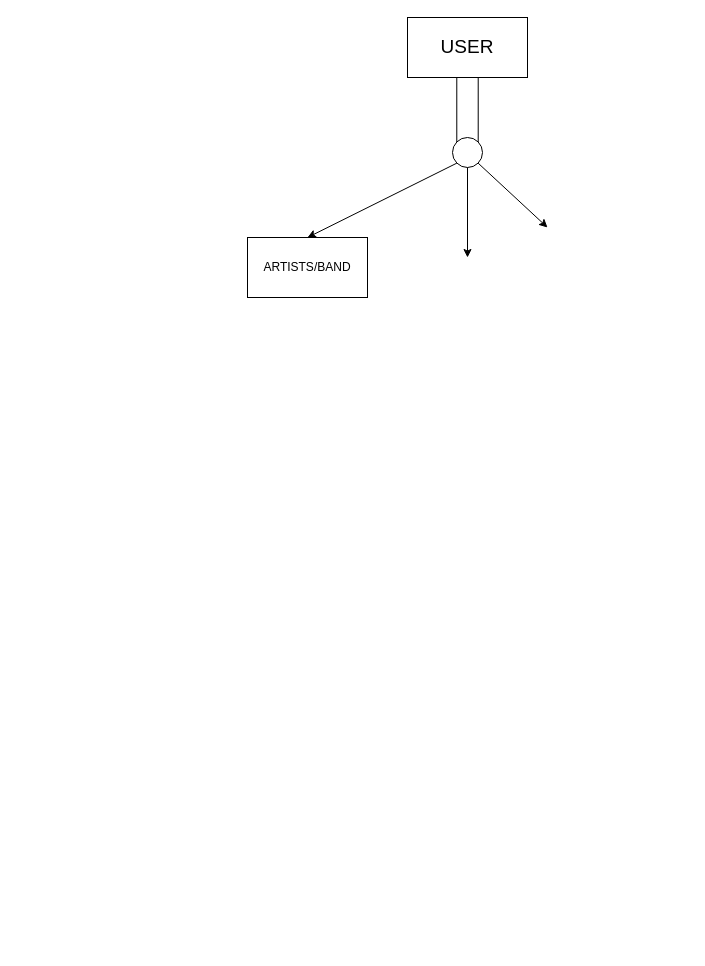
Earlier version of the draw.io diagram Untitled Diagram.drawio (Arianshh/Music_Database). Source tidied: cells renumbered, new cells numbered last; positions are measured from the earlier drawing's top-left corner, leaving out a move shared by most shapes. Both pictures are drawn from the tidied source at 100%, with x=0, y=0 at pixel (247, 17).
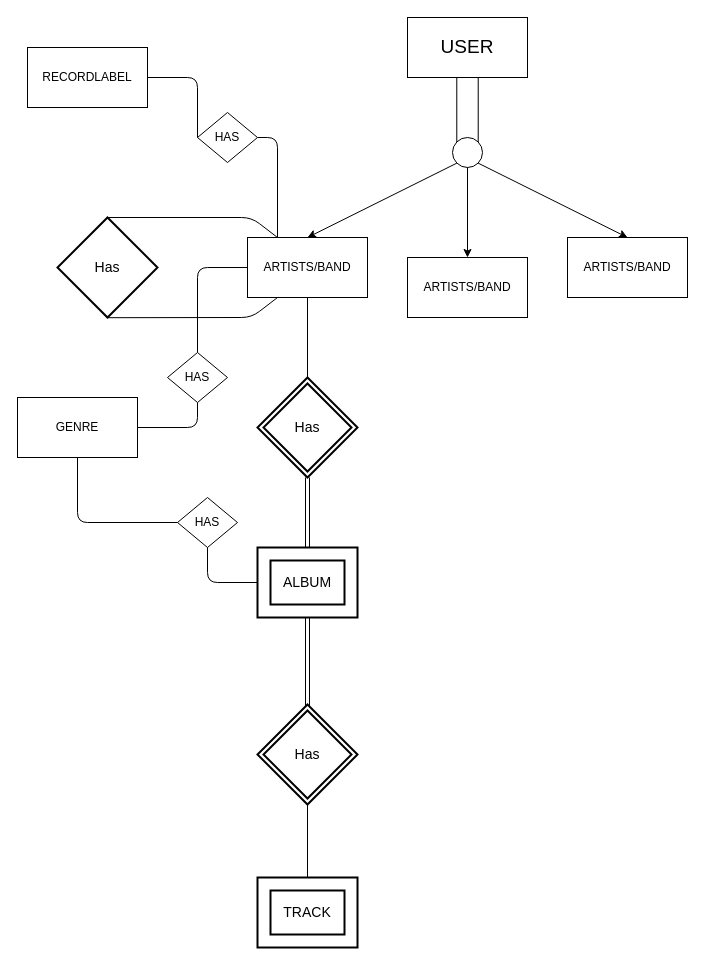
The same diagram, later.

The change refers to these unchanged cells:
```xml
<mxCell id="4" style="ellipse;whiteSpace=wrap;html=1;" parent="1" vertex="1">
  <mxGeometry x="205" y="120" width="30" height="30" as="geometry" />
</mxCell>
<mxCell id="8" value="ARTISTS/BAND" style="rounded=0;whiteSpace=wrap;html=1;" parent="1" vertex="1">
  <mxGeometry y="220" width="120" height="60" as="geometry" />
</mxCell>
```

The edit, as a diff of the source:
```diff
@@
-    <mxCell id="5" style="endArrow=classic;html=1;exitX=1;exitY=1;exitDx=0;exitDy=0;" parent="1" edge="1" source="4">
-      <mxGeometry relative="1" as="geometry">
-        <mxPoint x="300" y="210" as="targetPoint" />
-      </mxGeometry>
+    <mxCell id="5" style="endArrow=classic;html=1;exitX=1;exitY=1;exitDx=0;exitDy=0;entryX=0.5;entryY=0;entryDx=0;entryDy=0;" parent="1" edge="1" source="4" target="10">
+      <mxGeometry relative="1" as="geometry" />
     </mxCell>
@@
+    <mxCell id="9" value="ARTISTS/BAND" style="rounded=0;whiteSpace=wrap;html=1;" parent="1" vertex="1">
+      <mxGeometry x="160" y="240" width="120" height="60" as="geometry" />
+    </mxCell>
+    <mxCell id="10" value="ARTISTS/BAND" style="rounded=0;whiteSpace=wrap;html=1;" parent="1" vertex="1">
+      <mxGeometry x="320" y="220" width="120" height="60" as="geometry" />
+    </mxCell>
+    <mxCell id="11" value="Has" style="shape=rhombus;strokeWidth=2;fontSize=17;perimeter=rhombusPerimeter;whiteSpace=wrap;html=1;align=center;fontSize=14;" parent="1" vertex="1">
+      <mxGeometry x="-190" y="200" width="100" height="100" as="geometry" />
+    </mxCell>
+    <mxCell id="12" style="endArrow=none;html=1;exitX=0.5;exitY=0;exitDx=0;exitDy=0;entryX=0.25;entryY=0;entryDx=0;entryDy=0;" parent="1" edge="1" source="11" target="8">
+      <mxGeometry relative="1" as="geometry">
+        <Array as="points">
+          <mxPoint x="4" y="200" />
+        </Array>
+      </mxGeometry>
+    </mxCell>
+    <mxCell id="13" style="endArrow=none;html=1;exitX=0.5;exitY=0;exitDx=0;exitDy=0;entryX=0.25;entryY=1;entryDx=0;entryDy=0;" parent="1" edge="1" target="8">
+      <mxGeometry relative="1" as="geometry">
+        <mxPoint x="-139.8" y="300.2" as="sourcePoint" />
+        <Array as="points">
+          <mxPoint x="4" y="300" />
+        </Array>
+      </mxGeometry>
+    </mxCell>
+    <mxCell id="14" style="endArrow=none;html=1;entryX=0.5;entryY=1;entryDx=0;entryDy=0;" parent="1" edge="1" target="8">
+      <mxGeometry relative="1" as="geometry">
+        <mxPoint x="60" y="360" as="sourcePoint" />
+      </mxGeometry>
+    </mxCell>
+    <mxCell id="15" value="Has" style="shape=rhombus;double=1;strokeWidth=2;fontSize=17;perimeter=rhombusPerimeter;whiteSpace=wrap;html=1;align=center;fontSize=14;" parent="1" vertex="1">
+      <mxGeometry x="10" y="360" width="100" height="100" as="geometry" />
+    </mxCell>
+    <mxCell id="16" style="shape=link;html=1;entryX=0.5;entryY=1;entryDx=0;entryDy=0;" parent="1" edge="1" target="15">
+      <mxGeometry relative="1" as="geometry">
+        <mxPoint x="60" y="530" as="sourcePoint" />
+      </mxGeometry>
+    </mxCell>
+    <mxCell id="17" value="ALBUM" style="shape=ext;strokeWidth=2;margin=10;double=1;whiteSpace=wrap;html=1;align=center;fontSize=14;" parent="1" vertex="1">
+      <mxGeometry x="10" y="530" width="100" height="70" as="geometry" />
+    </mxCell>
+    <mxCell id="18" style="shape=link;html=1;entryX=0.5;entryY=1;entryDx=0;entryDy=0;" parent="1" edge="1" target="17">
+      <mxGeometry relative="1" as="geometry">
+        <mxPoint x="60" y="690" as="sourcePoint" />
+      </mxGeometry>
+    </mxCell>
+    <mxCell id="19" value="Has" style="shape=rhombus;double=1;strokeWidth=2;fontSize=17;perimeter=rhombusPerimeter;whiteSpace=wrap;html=1;align=center;fontSize=14;" parent="1" vertex="1">
+      <mxGeometry x="10" y="687" width="100" height="100" as="geometry" />
+    </mxCell>
+    <mxCell id="20" value="TRACK" style="shape=ext;strokeWidth=2;margin=10;double=1;whiteSpace=wrap;html=1;align=center;fontSize=14;" parent="1" vertex="1">
+      <mxGeometry x="10" y="860" width="100" height="70" as="geometry" />
+    </mxCell>
+    <mxCell id="21" style="endArrow=none;html=1;entryX=0.5;entryY=1;entryDx=0;entryDy=0;" parent="1" edge="1" source="20" target="19">
+      <mxGeometry relative="1" as="geometry" />
+    </mxCell>
+    <mxCell id="22" value="GENRE" style="rounded=0;whiteSpace=wrap;html=1;" parent="1" vertex="1">
+      <mxGeometry x="-230" y="380" width="120" height="60" as="geometry" />
+    </mxCell>
+    <mxCell id="23" value="HAS" style="rhombus;whiteSpace=wrap;html=1;" parent="1" vertex="1">
+      <mxGeometry x="-80" y="335" width="60" height="50" as="geometry" />
+    </mxCell>
+    <mxCell id="24" style="endArrow=none;html=1;entryX=0;entryY=0.5;entryDx=0;entryDy=0;exitX=0.5;exitY=0;exitDx=0;exitDy=0;" parent="1" edge="1" source="23" target="8">
+      <mxGeometry relative="1" as="geometry">
+        <Array as="points">
+          <mxPoint x="-50" y="250" />
+        </Array>
+      </mxGeometry>
+    </mxCell>
+    <mxCell id="25" style="endArrow=none;html=1;entryX=0.5;entryY=1;entryDx=0;entryDy=0;exitX=1;exitY=0.5;exitDx=0;exitDy=0;" parent="1" edge="1" source="22" target="23">
+      <mxGeometry relative="1" as="geometry">
+        <Array as="points">
+          <mxPoint x="-50" y="410" />
+        </Array>
+      </mxGeometry>
+    </mxCell>
+    <mxCell id="26" value="HAS" style="rhombus;whiteSpace=wrap;html=1;" parent="1" vertex="1">
+      <mxGeometry x="-70" y="480" width="60" height="50" as="geometry" />
+    </mxCell>
+    <mxCell id="27" style="endArrow=none;html=1;entryX=0.5;entryY=1;entryDx=0;entryDy=0;exitX=0;exitY=0.5;exitDx=0;exitDy=0;" parent="1" edge="1" source="26" target="22">
+      <mxGeometry relative="1" as="geometry">
+        <Array as="points">
+          <mxPoint x="-170" y="505" />
+        </Array>
+      </mxGeometry>
+    </mxCell>
+    <mxCell id="28" style="endArrow=none;html=1;entryX=0.5;entryY=1;entryDx=0;entryDy=0;exitX=0;exitY=0.5;exitDx=0;exitDy=0;" parent="1" edge="1" source="17" target="26">
+      <mxGeometry relative="1" as="geometry">
+        <Array as="points">
+          <mxPoint x="-40" y="565" />
+        </Array>
+      </mxGeometry>
+    </mxCell>
+    <mxCell id="29" value="RECORDLABEL" style="rounded=0;whiteSpace=wrap;html=1;" parent="1" vertex="1">
+      <mxGeometry x="-220" y="30" width="120" height="60" as="geometry" />
+    </mxCell>
+    <mxCell id="30" value="HAS" style="rhombus;whiteSpace=wrap;html=1;" parent="1" vertex="1">
+      <mxGeometry x="-50" y="95" width="60" height="50" as="geometry" />
+    </mxCell>
+    <mxCell id="31" style="endArrow=none;html=1;entryX=0;entryY=0.5;entryDx=0;entryDy=0;exitX=1;exitY=0.5;exitDx=0;exitDy=0;" parent="1" edge="1" source="29" target="30">
+      <mxGeometry relative="1" as="geometry">
+        <Array as="points">
+          <mxPoint x="-50" y="60" />
+        </Array>
+      </mxGeometry>
+    </mxCell>
+    <mxCell id="32" style="endArrow=none;html=1;exitX=0.25;exitY=0;exitDx=0;exitDy=0;entryX=1;entryY=0.5;entryDx=0;entryDy=0;" parent="1" edge="1" source="8" target="30">
+      <mxGeometry relative="1" as="geometry">
+        <Array as="points">
+          <mxPoint x="30" y="120" />
+        </Array>
+      </mxGeometry>
+    </mxCell>
```
